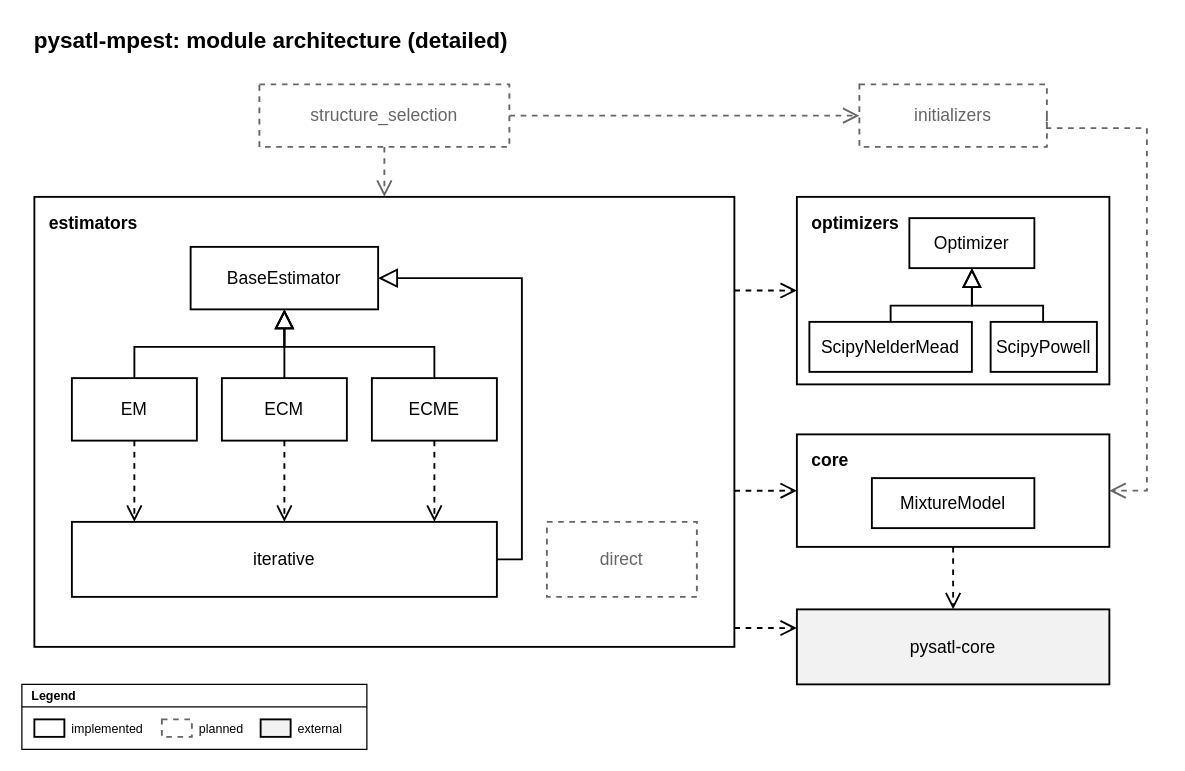
Above: page "Detailed" (2 of 2) of docs/source/design/diagrams/module-architecture.drawio in PySATL/pysatl-mpest (draw.io), before the change. Source tidied: cells renumbered, new cells numbered last; positions are measured from the earlier drawing's top-left corner, leaving out a move shared by most shapes. Both pictures are drawn from the tidied source at 125%, with x=0, y=0 at pixel (21, 21).
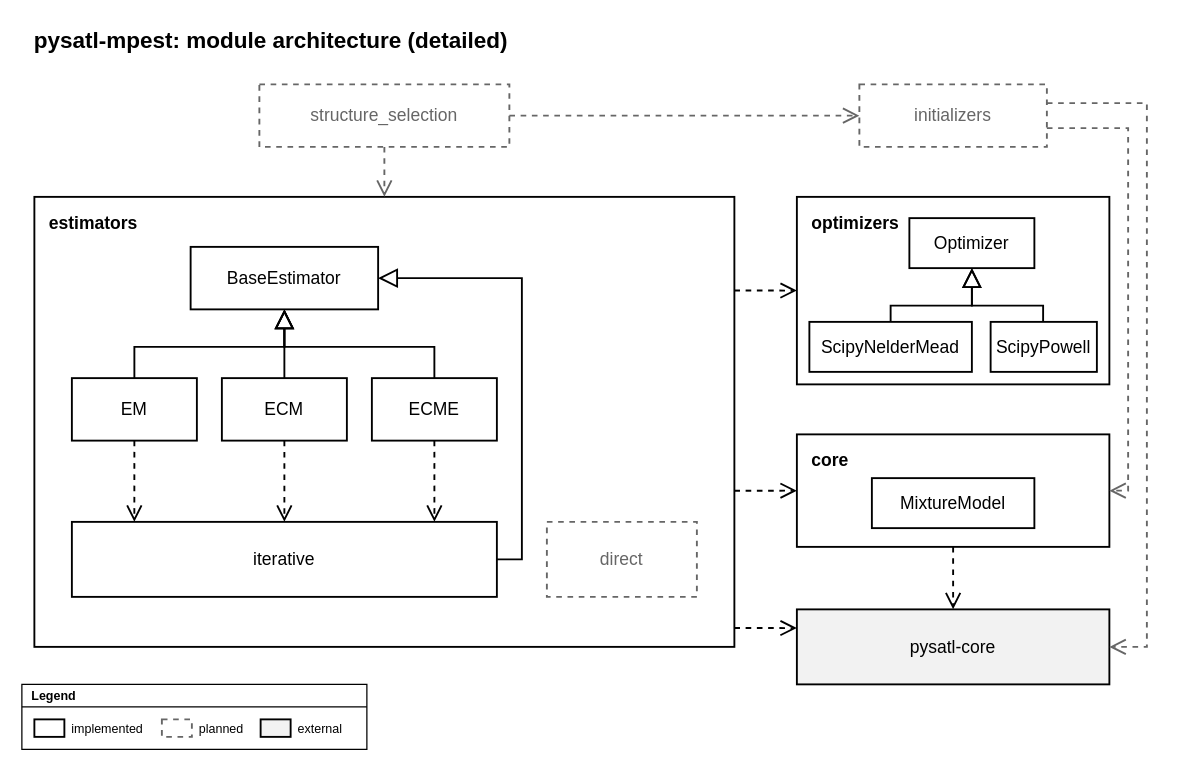
The same page after the edit.

The change refers to these unchanged cells:
```xml
<mxCell id="4" value="initializers" style="rounded=0;whiteSpace=wrap;html=1;fillColor=#ffffff;strokeColor=#666666;strokeWidth=1.5;dashed=1;fontSize=14;fontFamily=Helvetica;fontColor=#666666;" parent="1" vertex="1">
  <mxGeometry x="670" y="50" width="150" height="50" as="geometry" />
</mxCell>
<mxCell id="16" value="core" style="rounded=0;whiteSpace=wrap;html=1;fillColor=none;strokeColor=#000000;strokeWidth=1.5;verticalAlign=top;align=left;spacingLeft=10;spacingTop=6;fontSize=14;fontStyle=1;fontFamily=Helvetica;fontColor=#000000;" parent="1" vertex="1">
  <mxGeometry x="620" y="330" width="250" height="90" as="geometry" />
</mxCell>
<mxCell id="18" value="pysatl-core" style="rounded=0;whiteSpace=wrap;html=1;fillColor=#F2F2F2;strokeColor=#000000;strokeWidth=1.5;fontSize=14;fontFamily=Helvetica;fontColor=#000000;" parent="1" vertex="1">
  <mxGeometry x="620" y="470" width="250" height="60" as="geometry" />
</mxCell>
```

What changed in the source:
```diff
@@
+    <mxCell id="42" style="edgeStyle=orthogonalEdgeStyle;rounded=0;html=1;dashed=1;endArrow=open;endFill=0;endSize=10;strokeColor=#666666;strokeWidth=1.5;fontSize=12;fontFamily=Helvetica;fontColor=#666666;exitX=1.000;exitY=0.300;exitPerimeter=0;entryX=1.000;entryY=0.500;entryPerimeter=0;" parent="1" edge="1" source="4" target="18">
+      <mxGeometry relative="1" as="geometry">
+        <Array as="points">
+          <mxPoint x="900" y="65" />
+          <mxPoint x="900" y="500" />
+        </Array>
+      </mxGeometry>
+    </mxCell>
-    <mxCell id="21" style="edgeStyle=orthogonalEdgeStyle;rounded=0;html=1;dashed=1;endArrow=open;endFill=0;endSize=10;strokeColor=#666666;strokeWidth=1.5;fontSize=12;fontFamily=Helvetica;fontColor=#666666;exitX=1.000;exitY=0.500;exitPerimeter=0;entryX=1.000;entryY=0.500;entryPerimeter=0;" parent="1" edge="1" source="4" target="16">
+    <mxCell id="21" style="edgeStyle=orthogonalEdgeStyle;rounded=0;html=1;dashed=1;endArrow=open;endFill=0;endSize=10;strokeColor=#666666;strokeWidth=1.5;fontSize=12;fontFamily=Helvetica;fontColor=#666666;exitX=1.000;exitY=0.700;exitPerimeter=0;entryX=1.000;entryY=0.500;entryPerimeter=0;" parent="1" edge="1" source="4" target="16">
       <mxGeometry relative="1" as="geometry">
         <Array as="points">
-          <mxPoint x="900" y="85" />
-          <mxPoint x="900" y="375" />
+          <mxPoint x="885" y="85" />
+          <mxPoint x="885" y="375" />
         </Array>
       </mxGeometry>
     </mxCell>
```
